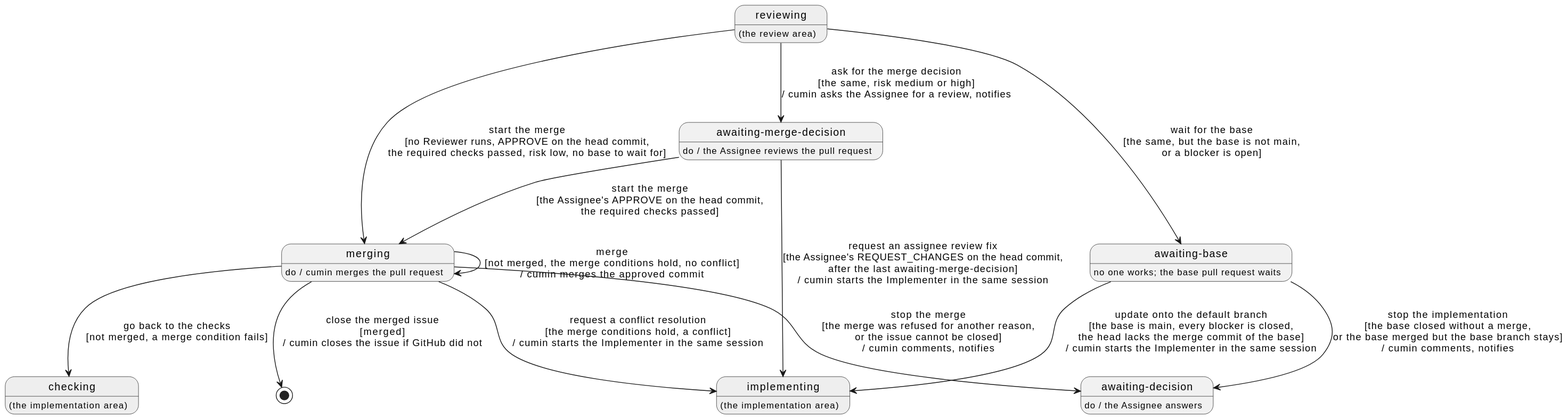
This is docs/ja/requirements/merge/overview.svg from cloveclovedev/cumin-works, a PlantUML export, as it was before one commit. The source it was exported from:
```plantuml
@startuml

hide empty description

state "reviewing" as Reviewing #EEEEEE
Reviewing : (the review area)

state "awaiting-merge-decision" as MergeDecision
MergeDecision : do / the Assignee reviews the pull request

state "merging" as Merging
Merging : do / cumin merges the pull request

state "implementing" as Implementing #EEEEEE
Implementing : (the implementation area)

state "checking" as Checking #EEEEEE
Checking : (the implementation area)

state "awaiting-base" as AwaitingBase
AwaitingBase : no one works; the base pull request waits

state "awaiting-decision" as Decision
Decision : do / the Assignee answers

Reviewing --> Merging : start the merge\n[no Reviewer runs, APPROVE on the head commit,\nthe required checks passed, risk low, no base to wait for]
Reviewing --> MergeDecision : ask for the merge decision\n[the same, risk medium or high]\n/ cumin asks the Assignee for a review, notifies
MergeDecision --> Merging : start the merge\n[the Assignee's APPROVE on the head commit,\nthe required checks passed]
MergeDecision --> Implementing : request an assignee review fix\n[the Assignee's REQUEST_CHANGES on the head commit,\nafter the last awaiting-merge-decision]\n/ cumin starts the Implementer in the same session
Reviewing --> AwaitingBase : wait for the base\n[the same, but the base is not main,\nor a blocker is open]
AwaitingBase --> Implementing : update onto the default branch\n[the base is main, every blocker is closed,\nthe head lacks the merge commit of the base]\n/ cumin starts the Implementer in the same session
AwaitingBase --> Decision : stop the implementation\n[the base closed without a merge,\nor the base merged but the base branch stays]\n/ cumin comments, notifies
Merging --> Merging : merge\n[not merged, the merge conditions hold, no conflict]\n/ cumin merges the approved commit
Merging --> [*] : close the merged issue\n[merged]\n/ cumin closes the issue if GitHub did not
Merging --> Checking : go back to the checks\n[not merged, a merge condition fails]
Merging --> Implementing : request a conflict resolution\n[the merge conditions hold, a conflict]\n/ cumin starts the Implementer in the same session
Merging --> Decision : stop the merge\n[the merge was refused for another reason,\nor the issue cannot be closed]\n/ cumin comments, notifies
@enduml
```
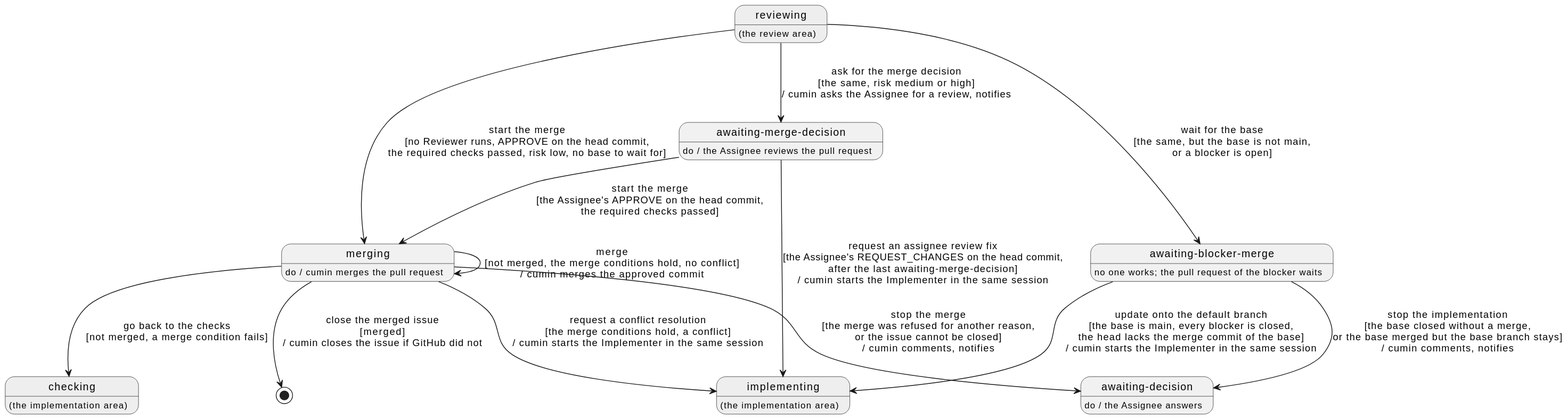
The same file after the commit.

What changed in the source:
```diff
@@ -17,8 +17,8 @@
 state "checking" as Checking #EEEEEE
 Checking : (the implementation area)
 
-state "awaiting-base" as AwaitingBase
-AwaitingBase : no one works; the base pull request waits
+state "awaiting-blocker-merge" as AwaitingBase
+AwaitingBase : no one works; the pull request of the blocker waits
 
 state "awaiting-decision" as Decision
 Decision : do / the Assignee answers
```
